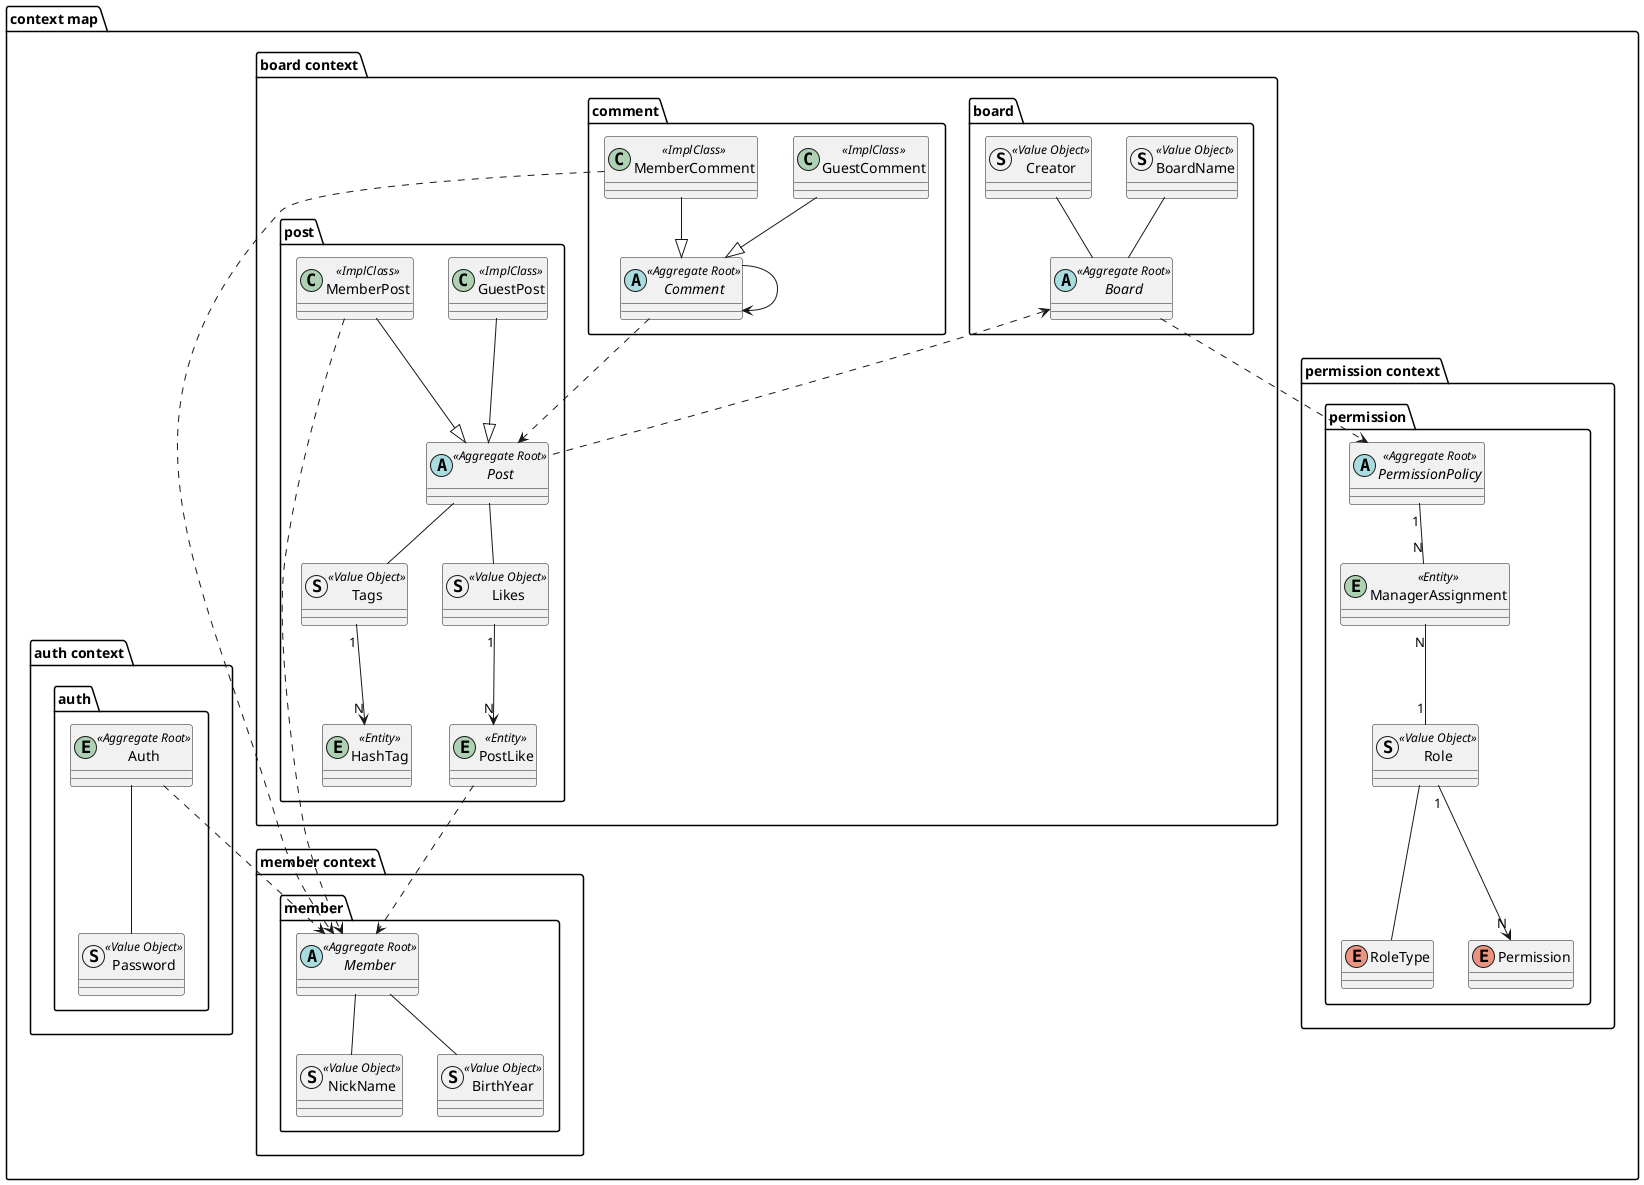
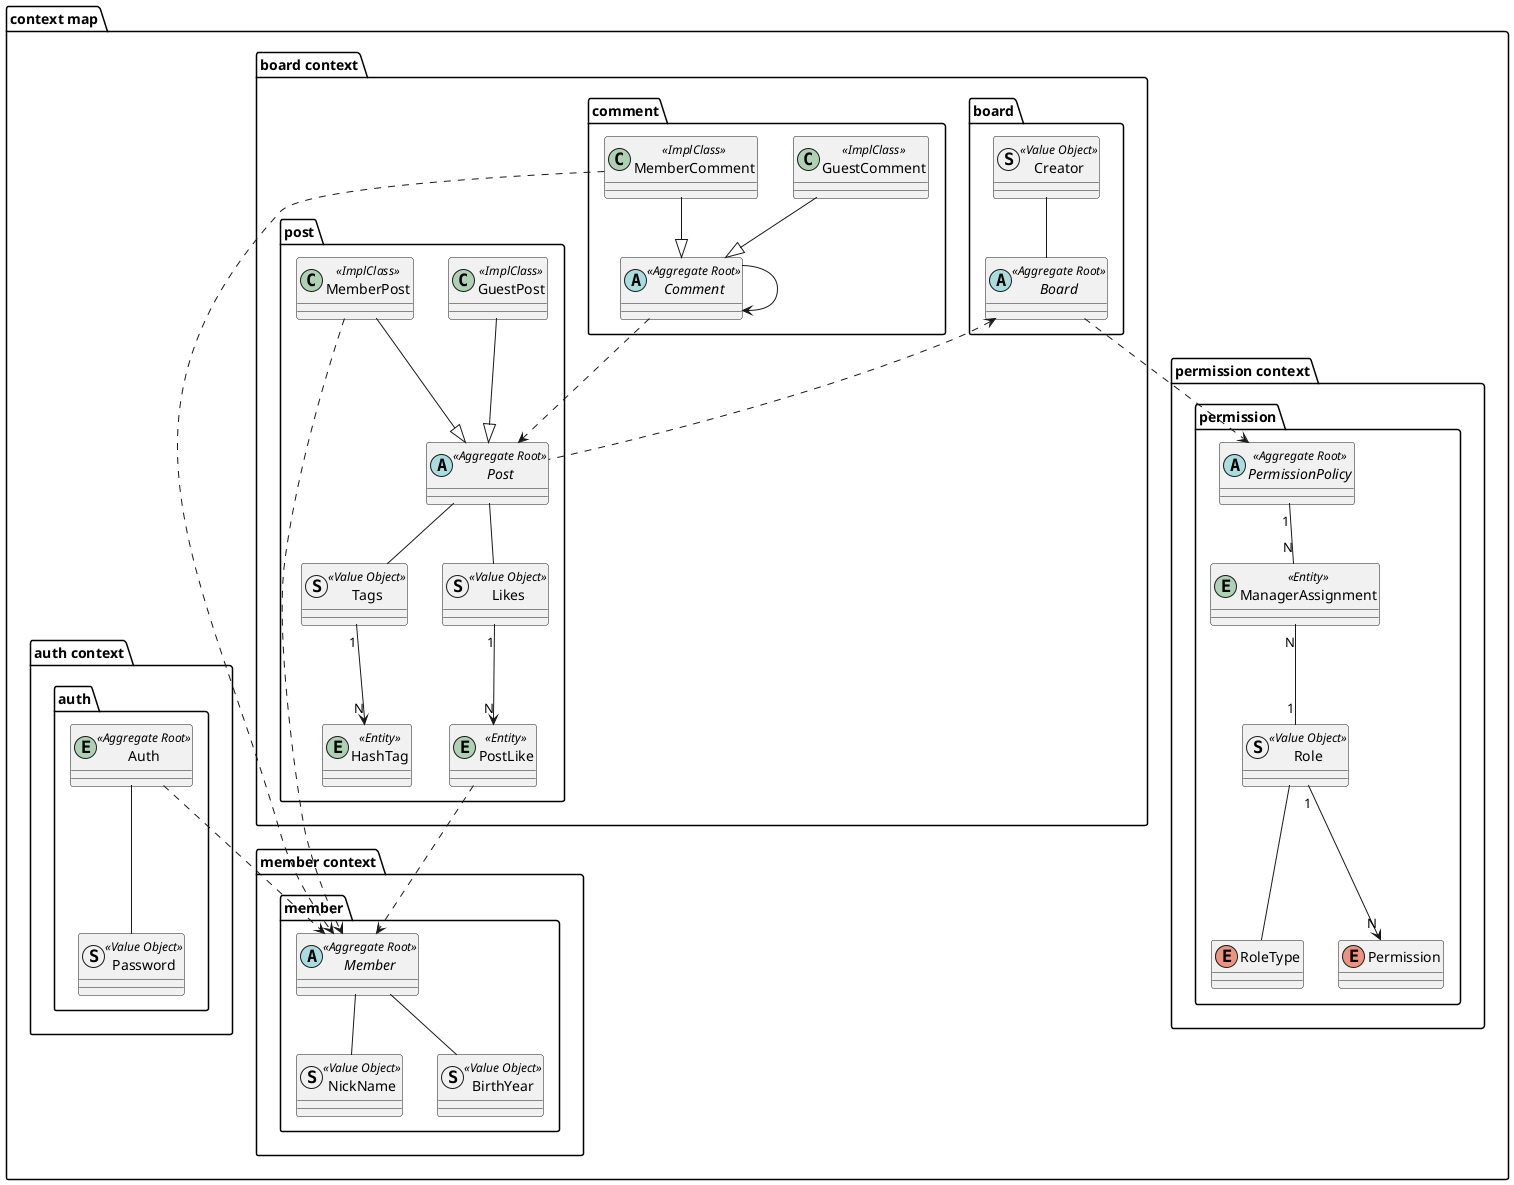
@startuml

package "context map" {
    package "board context"{
        package "board"{
            abstract Board <<Aggregate Root>>{
            }
-             struct BoardName <<Value Object>>{
-             }
            struct Creator <<Value Object>>{
            }
-             BoardName -- Board
            Creator -- Board
        }

        package "post"{
            abstract Post <<Aggregate Root>>{
            }
            class GuestPost <<ImplClass>>{
            }
            class MemberPost <<ImplClass>>{
            }
            '해시태그
            entity HashTag <<Entity>>{
            }
            struct Tags <<Value Object>>{
            }
            Post -- Tags
            Tags "1" --> "N" HashTag
            '좋아요
            entity PostLike <<Entity>>{
            }
            struct Likes <<Value Object>>{
            }
            Post -- Likes
            Likes "1" --> "N" PostLike
        }

        package "comment"{
            abstract Comment <<Aggregate Root>>{
            }
            class GuestComment <<ImplClass>>{
            }
            class MemberComment <<ImplClass>>{
            }
        }

        GuestPost --|> Post
        MemberPost --|> Post
        GuestComment --|> Comment
        MemberComment --|> Comment

    }

    package "member context"{
        package "member"{
          abstract Member <<Aggregate Root>>{
          }
          struct NickName <<Value Object>>{
          }
          struct BirthYear <<Value Object>>{
          }
          Member -- NickName
          Member -- BirthYear
        }
    }

  package "permission context" {
        package "permission" {
            abstract PermissionPolicy <<Aggregate Root>> {
            }

            entity ManagerAssignment <<Entity>> {
            }

            struct Role <<Value Object>> {
            }

            enum RoleType {
            }

            enum Permission {
            }

            Role "1" --> "N" Permission

            PermissionPolicy "1" -- "N" ManagerAssignment
            ManagerAssignment "N" -- "1" Role
            Role -- RoleType
        }
    }

    package "auth context" {
        package "auth"{
            entity Auth <<Aggregate Root>> {
            }
            struct Password <<Value Object>>{
            }

            Auth -- Password
        }
    }

    Board <.. Post

    MemberPost ..> Member
    PostLike ..> Member
    MemberComment ..> Member
    Comment ..> Post
    Comment --> Comment
    Board ..> PermissionPolicy

    Auth ..> Member

}
@enduml
